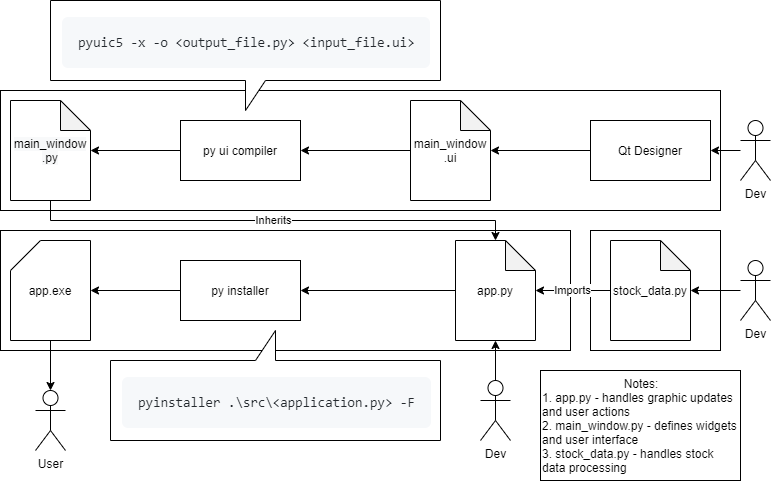
This is asset/img/dev-process.png from calvinyusno2359/StockChartApplication, a draw.io export, as it was before one commit. Source tidied: cells renumbered, new cells last; positions are measured from the earlier drawing's top-left corner, leaving out a move shared by most shapes. The source it was exported from:
```xml
<mxGraphModel>
  <root>
    <mxCell id="0" />
    <mxCell id="1" parent="0" />
    <mxCell id="2" style="rounded=0;whiteSpace=wrap;html=1;" parent="1" vertex="1">
      <mxGeometry y="230" width="570" height="120" as="geometry" />
    </mxCell>
    <mxCell id="3" style="shape=callout;whiteSpace=wrap;html=1;perimeter=calloutPerimeter;rotation=-180;" parent="1" vertex="1">
      <mxGeometry x="110" y="330" width="330" height="110" as="geometry" />
    </mxCell>
    <mxCell id="4" style="rounded=0;whiteSpace=wrap;html=1;" parent="1" vertex="1">
      <mxGeometry y="90" width="720" height="120" as="geometry" />
    </mxCell>
    <mxCell id="5" style="shape=callout;whiteSpace=wrap;html=1;perimeter=calloutPerimeter;" parent="1" vertex="1">
      <mxGeometry x="50" width="390" height="110" as="geometry" />
    </mxCell>
    <mxCell id="6" style="edgeStyle=orthogonalEdgeStyle;rounded=0;jettySize=auto;html=1;" parent="1" edge="1" source="7" target="9">
      <mxGeometry relative="1" as="geometry" />
    </mxCell>
    <mxCell id="7" value="Qt Designer" style="rounded=0;whiteSpace=wrap;html=1;" parent="1" vertex="1">
      <mxGeometry x="590" y="120" width="120" height="60" as="geometry" />
    </mxCell>
    <mxCell id="8" style="edgeStyle=orthogonalEdgeStyle;rounded=0;jettySize=auto;html=1;" parent="1" edge="1" source="9" target="13">
      <mxGeometry relative="1" as="geometry" />
    </mxCell>
    <mxCell id="9" value="main_window&lt;br&gt;.ui" style="shape=note;whiteSpace=wrap;html=1;backgroundOutline=1;darkOpacity=0.05;" parent="1" vertex="1">
      <mxGeometry x="410" y="100" width="80" height="100" as="geometry" />
    </mxCell>
    <mxCell id="10" style="edgeStyle=orthogonalEdgeStyle;rounded=0;jettySize=auto;html=1;" parent="1" edge="1" source="11" target="7">
      <mxGeometry relative="1" as="geometry" />
    </mxCell>
    <mxCell id="11" value="Dev" style="shape=umlActor;verticalLabelPosition=bottom;verticalAlign=top;html=1;outlineConnect=0;" parent="1" vertex="1">
      <mxGeometry x="740" y="120" width="30" height="60" as="geometry" />
    </mxCell>
    <mxCell id="12" style="edgeStyle=orthogonalEdgeStyle;rounded=0;jettySize=auto;html=1;" parent="1" edge="1" source="13" target="16">
      <mxGeometry relative="1" as="geometry" />
    </mxCell>
    <mxCell id="13" value="py ui compiler" style="rounded=0;whiteSpace=wrap;html=1;" parent="1" vertex="1">
      <mxGeometry x="180" y="120" width="120" height="60" as="geometry" />
    </mxCell>
    <mxCell id="14" value="&lt;pre style=&quot;box-sizing: border-box ; font-family: , &amp;quot;consolas&amp;quot; , &amp;quot;liberation mono&amp;quot; , &amp;quot;menlo&amp;quot; , monospace ; font-size: 13.6px ; margin-top: 0px ; margin-bottom: 16px ; overflow-wrap: normal ; padding: 16px ; overflow: auto ; line-height: 1.45 ; background-color: rgb(246 , 248 , 250) ; border-radius: 6px ; color: rgb(36 , 41 , 46) ; font-style: normal ; font-weight: 400 ; letter-spacing: normal ; text-indent: 0px ; text-transform: none ; word-spacing: 0px&quot;&gt;&lt;code style=&quot;box-sizing: border-box; font-size: 13.6px; padding: 0px; margin: 0px; border-radius: 6px; word-break: normal; border: 0px; display: inline; overflow: visible; line-height: inherit; overflow-wrap: normal;&quot;&gt;pyuic5 -x -o &amp;lt;output_file.py&amp;gt; &amp;lt;input_file.ui&amp;gt;&lt;/code&gt;&lt;/pre&gt;" style="text;whiteSpace=wrap;html=1;" parent="1" vertex="1">
      <mxGeometry x="60" y="10" width="390" height="80" as="geometry" />
    </mxCell>
    <mxCell id="15" value="Inherits" style="edgeStyle=orthogonalEdgeStyle;rounded=0;jettySize=auto;html=1;" parent="1" edge="1" source="16" target="23">
      <mxGeometry relative="1" as="geometry">
        <Array as="points">
          <mxPoint x="50" y="220" />
          <mxPoint x="495" y="220" />
        </Array>
      </mxGeometry>
    </mxCell>
    <mxCell id="16" value="&lt;span style=&quot;color: rgb(0 , 0 , 0) ; font-family: &amp;#34;helvetica&amp;#34; ; font-size: 12px ; font-style: normal ; font-weight: 400 ; letter-spacing: normal ; text-align: center ; text-indent: 0px ; text-transform: none ; word-spacing: 0px ; background-color: rgb(248 , 249 , 250) ; display: inline ; float: none&quot;&gt;main_window&lt;/span&gt;&lt;br style=&quot;color: rgb(0 , 0 , 0) ; font-family: &amp;#34;helvetica&amp;#34; ; font-size: 12px ; font-style: normal ; font-weight: 400 ; letter-spacing: normal ; text-align: center ; text-indent: 0px ; text-transform: none ; word-spacing: 0px ; background-color: rgb(248 , 249 , 250)&quot;&gt;&lt;span style=&quot;color: rgb(0 , 0 , 0) ; font-family: &amp;#34;helvetica&amp;#34; ; font-size: 12px ; font-style: normal ; font-weight: 400 ; letter-spacing: normal ; text-align: center ; text-indent: 0px ; text-transform: none ; word-spacing: 0px ; background-color: rgb(248 , 249 , 250) ; display: inline ; float: none&quot;&gt;.py&lt;/span&gt;" style="shape=note;whiteSpace=wrap;html=1;backgroundOutline=1;darkOpacity=0.05;" parent="1" vertex="1">
      <mxGeometry x="10" y="100" width="80" height="100" as="geometry" />
    </mxCell>
    <mxCell id="17" style="rounded=0;whiteSpace=wrap;html=1;" parent="1" vertex="1">
      <mxGeometry x="590" y="230" width="130" height="120" as="geometry" />
    </mxCell>
    <mxCell id="18" style="edgeStyle=orthogonalEdgeStyle;rounded=0;jettySize=auto;html=1;" parent="1" edge="1" source="19" target="21">
      <mxGeometry relative="1" as="geometry" />
    </mxCell>
    <mxCell id="19" value="Dev" style="shape=umlActor;verticalLabelPosition=bottom;verticalAlign=top;html=1;outlineConnect=0;" parent="1" vertex="1">
      <mxGeometry x="740" y="260" width="30" height="60" as="geometry" />
    </mxCell>
    <mxCell id="20" value="Imports" style="edgeStyle=orthogonalEdgeStyle;rounded=0;jettySize=auto;html=1;" parent="1" edge="1" source="21" target="23">
      <mxGeometry relative="1" as="geometry" />
    </mxCell>
    <mxCell id="21" value="stock_data.py" style="shape=note;whiteSpace=wrap;html=1;backgroundOutline=1;darkOpacity=0.05;" parent="1" vertex="1">
      <mxGeometry x="610" y="240" width="80" height="100" as="geometry" />
    </mxCell>
    <mxCell id="22" style="edgeStyle=orthogonalEdgeStyle;rounded=0;jettySize=auto;html=1;" parent="1" edge="1" source="23" target="25">
      <mxGeometry relative="1" as="geometry" />
    </mxCell>
    <mxCell id="23" value="app.py" style="shape=note;whiteSpace=wrap;html=1;backgroundOutline=1;darkOpacity=0.05;" parent="1" vertex="1">
      <mxGeometry x="455" y="240" width="80" height="100" as="geometry" />
    </mxCell>
    <mxCell id="24" style="edgeStyle=orthogonalEdgeStyle;rounded=0;jettySize=auto;html=1;" parent="1" edge="1" source="25" target="28">
      <mxGeometry relative="1" as="geometry" />
    </mxCell>
    <mxCell id="25" value="py installer" style="rounded=0;whiteSpace=wrap;html=1;" parent="1" vertex="1">
      <mxGeometry x="180" y="260" width="120" height="60" as="geometry" />
    </mxCell>
    <mxCell id="26" value="&lt;pre style=&quot;box-sizing: border-box ; font-family: , &amp;quot;consolas&amp;quot; , &amp;quot;liberation mono&amp;quot; , &amp;quot;menlo&amp;quot; , monospace ; font-size: 13.6px ; margin-top: 0px ; margin-bottom: 16px ; overflow-wrap: normal ; padding: 16px ; overflow: auto ; line-height: 1.45 ; background-color: rgb(246 , 248 , 250) ; border-radius: 6px ; color: rgb(36 , 41 , 46) ; font-style: normal ; font-weight: 400 ; letter-spacing: normal ; text-indent: 0px ; text-transform: none ; word-spacing: 0px&quot;&gt;&lt;code style=&quot;box-sizing: border-box; font-size: 13.6px; padding: 0px; margin: 0px; border-radius: 6px; word-break: normal; border: 0px; display: inline; overflow: visible; line-height: inherit; overflow-wrap: normal;&quot;&gt;pyinstaller .\src\&amp;lt;application.py&amp;gt; -F&lt;/code&gt;&lt;/pre&gt;" style="text;whiteSpace=wrap;html=1;" parent="1" vertex="1">
      <mxGeometry x="120" y="370" width="330" height="80" as="geometry" />
    </mxCell>
    <mxCell id="27" style="edgeStyle=orthogonalEdgeStyle;rounded=0;jettySize=auto;html=1;" parent="1" edge="1" source="28" target="29">
      <mxGeometry relative="1" as="geometry" />
    </mxCell>
    <mxCell id="28" value="app.exe" style="shape=card;whiteSpace=wrap;html=1;" parent="1" vertex="1">
      <mxGeometry x="10" y="240" width="80" height="100" as="geometry" />
    </mxCell>
    <mxCell id="29" value="User" style="shape=umlActor;verticalLabelPosition=bottom;verticalAlign=top;html=1;outlineConnect=0;" parent="1" vertex="1">
      <mxGeometry x="35" y="390" width="30" height="60" as="geometry" />
    </mxCell>
    <mxCell id="30" style="edgeStyle=orthogonalEdgeStyle;rounded=0;jettySize=auto;html=1;" parent="1" edge="1" source="31" target="23">
      <mxGeometry relative="1" as="geometry" />
    </mxCell>
    <mxCell id="31" value="Dev" style="shape=umlActor;verticalLabelPosition=bottom;verticalAlign=top;html=1;outlineConnect=0;" parent="1" vertex="1">
      <mxGeometry x="480" y="380" width="30" height="60" as="geometry" />
    </mxCell>
    <mxCell id="32" value="&lt;div style=&quot;text-align: center&quot;&gt;&lt;span&gt;Notes:&lt;/span&gt;&lt;/div&gt;1. app.py - handles graphic updates and user actions&lt;br&gt;2. main_window.py - defines widgets and user interface&lt;br&gt;3. stock_data.py - handles stock data processing" style="rounded=0;whiteSpace=wrap;html=1;align=left;" parent="1" vertex="1">
      <mxGeometry x="540" y="370" width="200" height="110" as="geometry" />
    </mxCell>
  </root>
</mxGraphModel>
```
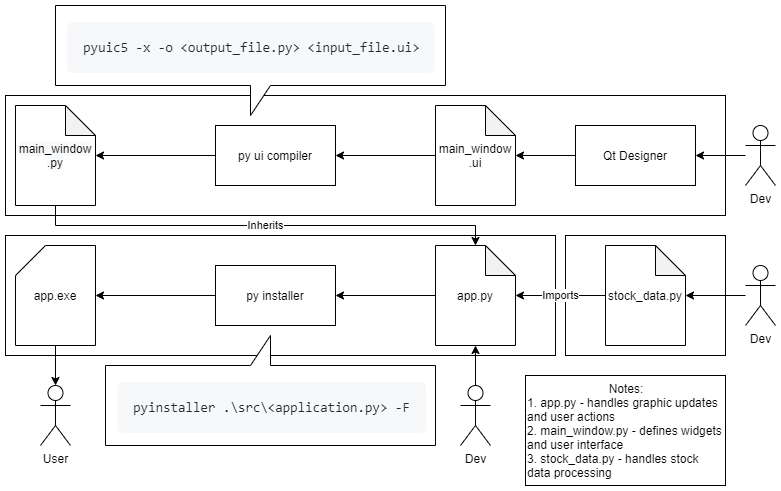
After the change.

What changed in the source:
```diff
@@ -3,11 +3,8 @@
     <mxCell id="0" />
     <mxCell id="1" parent="0" />
     <mxCell id="2" style="rounded=0;whiteSpace=wrap;html=1;" parent="1" vertex="1">
-      <mxGeometry y="230" width="570" height="120" as="geometry" />
+      <mxGeometry y="230" width="550" height="120" as="geometry" />
     </mxCell>
-    <mxCell id="3" style="shape=callout;whiteSpace=wrap;html=1;perimeter=calloutPerimeter;rotation=-180;" parent="1" vertex="1">
-      <mxGeometry x="110" y="330" width="330" height="110" as="geometry" />
-    </mxCell>
     <mxCell id="4" style="rounded=0;whiteSpace=wrap;html=1;" parent="1" vertex="1">
       <mxGeometry y="90" width="720" height="120" as="geometry" />
     </mxCell>
@@ -18,13 +15,13 @@
       <mxGeometry relative="1" as="geometry" />
     </mxCell>
     <mxCell id="7" value="Qt Designer" style="rounded=0;whiteSpace=wrap;html=1;" parent="1" vertex="1">
-      <mxGeometry x="590" y="120" width="120" height="60" as="geometry" />
+      <mxGeometry x="570" y="120" width="120" height="60" as="geometry" />
     </mxCell>
     <mxCell id="8" style="edgeStyle=orthogonalEdgeStyle;rounded=0;jettySize=auto;html=1;" parent="1" edge="1" source="9" target="13">
       <mxGeometry relative="1" as="geometry" />
     </mxCell>
     <mxCell id="9" value="main_window&lt;br&gt;.ui" style="shape=note;whiteSpace=wrap;html=1;backgroundOutline=1;darkOpacity=0.05;" parent="1" vertex="1">
-      <mxGeometry x="410" y="100" width="80" height="100" as="geometry" />
+      <mxGeometry x="430" y="100" width="80" height="100" as="geometry" />
     </mxCell>
     <mxCell id="10" style="edgeStyle=orthogonalEdgeStyle;rounded=0;jettySize=auto;html=1;" parent="1" edge="1" source="11" target="7">
       <mxGeometry relative="1" as="geometry" />
@@ -36,7 +33,7 @@
       <mxGeometry relative="1" as="geometry" />
     </mxCell>
     <mxCell id="13" value="py ui compiler" style="rounded=0;whiteSpace=wrap;html=1;" parent="1" vertex="1">
-      <mxGeometry x="180" y="120" width="120" height="60" as="geometry" />
+      <mxGeometry x="210" y="120" width="120" height="60" as="geometry" />
     </mxCell>
     <mxCell id="14" value="&lt;pre style=&quot;box-sizing: border-box ; font-family: , &amp;quot;consolas&amp;quot; , &amp;quot;liberation mono&amp;quot; , &amp;quot;menlo&amp;quot; , monospace ; font-size: 13.6px ; margin-top: 0px ; margin-bottom: 16px ; overflow-wrap: normal ; padding: 16px ; overflow: auto ; line-height: 1.45 ; background-color: rgb(246 , 248 , 250) ; border-radius: 6px ; color: rgb(36 , 41 , 46) ; font-style: normal ; font-weight: 400 ; letter-spacing: normal ; text-indent: 0px ; text-transform: none ; word-spacing: 0px&quot;&gt;&lt;code style=&quot;box-sizing: border-box; font-size: 13.6px; padding: 0px; margin: 0px; border-radius: 6px; word-break: normal; border: 0px; display: inline; overflow: visible; line-height: inherit; overflow-wrap: normal;&quot;&gt;pyuic5 -x -o &amp;lt;output_file.py&amp;gt; &amp;lt;input_file.ui&amp;gt;&lt;/code&gt;&lt;/pre&gt;" style="text;whiteSpace=wrap;html=1;" parent="1" vertex="1">
       <mxGeometry x="60" y="10" width="390" height="80" as="geometry" />
@@ -45,7 +42,7 @@
       <mxGeometry relative="1" as="geometry">
         <Array as="points">
           <mxPoint x="50" y="220" />
-          <mxPoint x="495" y="220" />
+          <mxPoint x="470" y="220" />
         </Array>
       </mxGeometry>
     </mxCell>
@@ -53,7 +50,7 @@
       <mxGeometry x="10" y="100" width="80" height="100" as="geometry" />
     </mxCell>
     <mxCell id="17" style="rounded=0;whiteSpace=wrap;html=1;" parent="1" vertex="1">
-      <mxGeometry x="590" y="230" width="130" height="120" as="geometry" />
+      <mxGeometry x="560" y="230" width="160" height="120" as="geometry" />
     </mxCell>
     <mxCell id="18" style="edgeStyle=orthogonalEdgeStyle;rounded=0;jettySize=auto;html=1;" parent="1" edge="1" source="19" target="21">
       <mxGeometry relative="1" as="geometry" />
@@ -65,23 +62,20 @@
       <mxGeometry relative="1" as="geometry" />
     </mxCell>
     <mxCell id="21" value="stock_data.py" style="shape=note;whiteSpace=wrap;html=1;backgroundOutline=1;darkOpacity=0.05;" parent="1" vertex="1">
-      <mxGeometry x="610" y="240" width="80" height="100" as="geometry" />
+      <mxGeometry x="600" y="240" width="80" height="100" as="geometry" />
     </mxCell>
     <mxCell id="22" style="edgeStyle=orthogonalEdgeStyle;rounded=0;jettySize=auto;html=1;" parent="1" edge="1" source="23" target="25">
       <mxGeometry relative="1" as="geometry" />
     </mxCell>
     <mxCell id="23" value="app.py" style="shape=note;whiteSpace=wrap;html=1;backgroundOutline=1;darkOpacity=0.05;" parent="1" vertex="1">
-      <mxGeometry x="455" y="240" width="80" height="100" as="geometry" />
+      <mxGeometry x="430" y="240" width="80" height="100" as="geometry" />
     </mxCell>
     <mxCell id="24" style="edgeStyle=orthogonalEdgeStyle;rounded=0;jettySize=auto;html=1;" parent="1" edge="1" source="25" target="28">
       <mxGeometry relative="1" as="geometry" />
     </mxCell>
     <mxCell id="25" value="py installer" style="rounded=0;whiteSpace=wrap;html=1;" parent="1" vertex="1">
-      <mxGeometry x="180" y="260" width="120" height="60" as="geometry" />
+      <mxGeometry x="210" y="260" width="120" height="60" as="geometry" />
     </mxCell>
-    <mxCell id="26" value="&lt;pre style=&quot;box-sizing: border-box ; font-family: , &amp;quot;consolas&amp;quot; , &amp;quot;liberation mono&amp;quot; , &amp;quot;menlo&amp;quot; , monospace ; font-size: 13.6px ; margin-top: 0px ; margin-bottom: 16px ; overflow-wrap: normal ; padding: 16px ; overflow: auto ; line-height: 1.45 ; background-color: rgb(246 , 248 , 250) ; border-radius: 6px ; color: rgb(36 , 41 , 46) ; font-style: normal ; font-weight: 400 ; letter-spacing: normal ; text-indent: 0px ; text-transform: none ; word-spacing: 0px&quot;&gt;&lt;code style=&quot;box-sizing: border-box; font-size: 13.6px; padding: 0px; margin: 0px; border-radius: 6px; word-break: normal; border: 0px; display: inline; overflow: visible; line-height: inherit; overflow-wrap: normal;&quot;&gt;pyinstaller .\src\&amp;lt;application.py&amp;gt; -F&lt;/code&gt;&lt;/pre&gt;" style="text;whiteSpace=wrap;html=1;" parent="1" vertex="1">
-      <mxGeometry x="120" y="370" width="330" height="80" as="geometry" />
-    </mxCell>
     <mxCell id="27" style="edgeStyle=orthogonalEdgeStyle;rounded=0;jettySize=auto;html=1;" parent="1" edge="1" source="28" target="29">
       <mxGeometry relative="1" as="geometry" />
     </mxCell>
@@ -89,16 +83,25 @@
       <mxGeometry x="10" y="240" width="80" height="100" as="geometry" />
     </mxCell>
     <mxCell id="29" value="User" style="shape=umlActor;verticalLabelPosition=bottom;verticalAlign=top;html=1;outlineConnect=0;" parent="1" vertex="1">
-      <mxGeometry x="35" y="390" width="30" height="60" as="geometry" />
+      <mxGeometry x="35" y="380" width="30" height="60" as="geometry" />
     </mxCell>
     <mxCell id="30" style="edgeStyle=orthogonalEdgeStyle;rounded=0;jettySize=auto;html=1;" parent="1" edge="1" source="31" target="23">
       <mxGeometry relative="1" as="geometry" />
     </mxCell>
     <mxCell id="31" value="Dev" style="shape=umlActor;verticalLabelPosition=bottom;verticalAlign=top;html=1;outlineConnect=0;" parent="1" vertex="1">
-      <mxGeometry x="480" y="380" width="30" height="60" as="geometry" />
+      <mxGeometry x="455" y="380" width="30" height="60" as="geometry" />
     </mxCell>
     <mxCell id="32" value="&lt;div style=&quot;text-align: center&quot;&gt;&lt;span&gt;Notes:&lt;/span&gt;&lt;/div&gt;1. app.py - handles graphic updates and user actions&lt;br&gt;2. main_window.py - defines widgets and user interface&lt;br&gt;3. stock_data.py - handles stock data processing" style="rounded=0;whiteSpace=wrap;html=1;align=left;" parent="1" vertex="1">
-      <mxGeometry x="540" y="370" width="200" height="110" as="geometry" />
+      <mxGeometry x="520" y="370" width="200" height="110" as="geometry" />
     </mxCell>
+    <mxCell id="33" style="group;" parent="1" vertex="1">
+      <mxGeometry x="100" y="330" width="340" height="120" as="geometry" />
+    </mxCell>
+    <mxCell id="3" style="shape=callout;whiteSpace=wrap;html=1;perimeter=calloutPerimeter;rotation=-180;" parent="33" vertex="1">
+      <mxGeometry width="330" height="110" as="geometry" />
+    </mxCell>
+    <mxCell id="26" value="&lt;pre style=&quot;box-sizing: border-box ; font-family: , &amp;quot;consolas&amp;quot; , &amp;quot;liberation mono&amp;quot; , &amp;quot;menlo&amp;quot; , monospace ; font-size: 13.6px ; margin-top: 0px ; margin-bottom: 16px ; overflow-wrap: normal ; padding: 16px ; overflow: auto ; line-height: 1.45 ; background-color: rgb(246 , 248 , 250) ; border-radius: 6px ; color: rgb(36 , 41 , 46) ; font-style: normal ; font-weight: 400 ; letter-spacing: normal ; text-indent: 0px ; text-transform: none ; word-spacing: 0px&quot;&gt;&lt;code style=&quot;box-sizing: border-box; font-size: 13.6px; padding: 0px; margin: 0px; border-radius: 6px; word-break: normal; border: 0px; display: inline; overflow: visible; line-height: inherit; overflow-wrap: normal;&quot;&gt;pyinstaller .\src\&amp;lt;application.py&amp;gt; -F&lt;/code&gt;&lt;/pre&gt;" style="text;whiteSpace=wrap;html=1;" parent="33" vertex="1">
+      <mxGeometry x="10" y="40" width="330" height="80" as="geometry" />
+    </mxCell>
   </root>
 </mxGraphModel>
```
